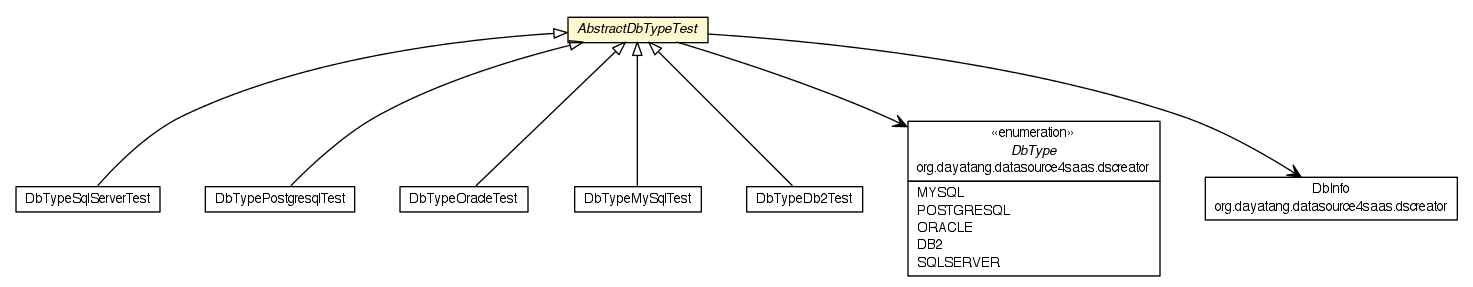
dayatang/dddlib keeps this Graphviz diagram as testapidocs/org/dayatang/datasource4saas/dbtype/AbstractDbTypeTest.png. Above is the earlier version. Its source is kept beside it as testapidocs/org/dayatang/datasource4saas/dbtype/AbstractDbTypeTest.dot. The source it was exported from:
```dot

digraph G {
	edge [fontname="Helvetica",fontsize=10,labelfontname="Helvetica",labelfontsize=10];
	node [fontname="Helvetica",fontsize=10,shape=plaintext];
	nodesep=0.25;
	ranksep=0.5;
	c12529 [label=<<table title="org.dayatang.datasource4saas.dbtype.DbTypeSqlServerTest" border="0" cellborder="1" cellspacing="0" cellpadding="2" port="p" href="./DbTypeSqlServerTest.html">
		<tr><td><table border="0" cellspacing="0" cellpadding="1">
<tr><td align="center" balign="center"> DbTypeSqlServerTest </td></tr>
		</table></td></tr>
		</table>>, URL="./DbTypeSqlServerTest.html", fontname="Helvetica", fontcolor="black", fontsize=10.0];
	c12530 [label=<<table title="org.dayatang.datasource4saas.dbtype.DbTypePostgresqlTest" border="0" cellborder="1" cellspacing="0" cellpadding="2" port="p" href="./DbTypePostgresqlTest.html">
		<tr><td><table border="0" cellspacing="0" cellpadding="1">
<tr><td align="center" balign="center"> DbTypePostgresqlTest </td></tr>
		</table></td></tr>
		</table>>, URL="./DbTypePostgresqlTest.html", fontname="Helvetica", fontcolor="black", fontsize=10.0];
	c12531 [label=<<table title="org.dayatang.datasource4saas.dbtype.DbTypeOracleTest" border="0" cellborder="1" cellspacing="0" cellpadding="2" port="p" href="./DbTypeOracleTest.html">
		<tr><td><table border="0" cellspacing="0" cellpadding="1">
<tr><td align="center" balign="center"> DbTypeOracleTest </td></tr>
		</table></td></tr>
		</table>>, URL="./DbTypeOracleTest.html", fontname="Helvetica", fontcolor="black", fontsize=10.0];
	c12532 [label=<<table title="org.dayatang.datasource4saas.dbtype.DbTypeMySqlTest" border="0" cellborder="1" cellspacing="0" cellpadding="2" port="p" href="./DbTypeMySqlTest.html">
		<tr><td><table border="0" cellspacing="0" cellpadding="1">
<tr><td align="center" balign="center"> DbTypeMySqlTest </td></tr>
		</table></td></tr>
		</table>>, URL="./DbTypeMySqlTest.html", fontname="Helvetica", fontcolor="black", fontsize=10.0];
	c12533 [label=<<table title="org.dayatang.datasource4saas.dbtype.DbTypeDb2Test" border="0" cellborder="1" cellspacing="0" cellpadding="2" port="p" href="./DbTypeDb2Test.html">
		<tr><td><table border="0" cellspacing="0" cellpadding="1">
<tr><td align="center" balign="center"> DbTypeDb2Test </td></tr>
		</table></td></tr>
		</table>>, URL="./DbTypeDb2Test.html", fontname="Helvetica", fontcolor="black", fontsize=10.0];
	c12534 [label=<<table title="org.dayatang.datasource4saas.dbtype.AbstractDbTypeTest" border="0" cellborder="1" cellspacing="0" cellpadding="2" port="p" bgcolor="lemonChiffon" href="./AbstractDbTypeTest.html">
		<tr><td><table border="0" cellspacing="0" cellpadding="1">
<tr><td align="center" balign="center"><font face="Helvetica-Oblique"> AbstractDbTypeTest </font></td></tr>
		</table></td></tr>
		</table>>, URL="./AbstractDbTypeTest.html", fontname="Helvetica", fontcolor="black", fontsize=10.0];
	c12534:p -> c12529:p [dir=back,arrowtail=empty];
	c12534:p -> c12530:p [dir=back,arrowtail=empty];
	c12534:p -> c12531:p [dir=back,arrowtail=empty];
	c12534:p -> c12532:p [dir=back,arrowtail=empty];
	c12534:p -> c12533:p [dir=back,arrowtail=empty];
	c12534:p -> c12561:p [taillabel="", label=" "headlabel="", fontname="Helvetica", fontcolor="black", fontsize=10.0, color="black", arrowhead=open];
	c12534:p -> c12562:p [taillabel="", label=" "headlabel="", fontname="Helvetica", fontcolor="black", fontsize=10.0, color="black", arrowhead=open];
	c12562 [label=<<table title="org.dayatang.datasource4saas.dscreator.DbInfo" border="0" cellborder="1" cellspacing="0" cellpadding="2" port="p" href="http://java.sun.com/j2se/1.4.2/docs/api/org/dayatang/datasource4saas/dscreator/DbInfo.html">
		<tr><td><table border="0" cellspacing="0" cellpadding="1">
<tr><td align="center" balign="center"> DbInfo </td></tr>
<tr><td align="center" balign="center"> org.dayatang.datasource4saas.dscreator </td></tr>
		</table></td></tr>
		</table>>, URL="http://java.sun.com/j2se/1.4.2/docs/api/org/dayatang/datasource4saas/dscreator/DbInfo.html", fontname="Helvetica", fontcolor="black", fontsize=10.0];
	c12561 [label=<<table title="org.dayatang.datasource4saas.dscreator.DbType" border="0" cellborder="1" cellspacing="0" cellpadding="2" port="p" href="http://java.sun.com/j2se/1.4.2/docs/api/org/dayatang/datasource4saas/dscreator/DbType.html">
		<tr><td><table border="0" cellspacing="0" cellpadding="1">
<tr><td align="center" balign="center"> &#171;enumeration&#187; </td></tr>
<tr><td align="center" balign="center"><font face="Helvetica-Oblique"> DbType </font></td></tr>
<tr><td align="center" balign="center"> org.dayatang.datasource4saas.dscreator </td></tr>
		</table></td></tr>
		<tr><td><table border="0" cellspacing="0" cellpadding="1">
<tr><td align="left" balign="left"> MYSQL </td></tr>
<tr><td align="left" balign="left"> POSTGRESQL </td></tr>
<tr><td align="left" balign="left"> ORACLE </td></tr>
<tr><td align="left" balign="left"> DB2 </td></tr>
<tr><td align="left" balign="left"> SQLSERVER </td></tr>
		</table></td></tr>
		</table>>, URL="http://java.sun.com/j2se/1.4.2/docs/api/org/dayatang/datasource4saas/dscreator/DbType.html", fontname="Helvetica", fontcolor="black", fontsize=10.0];
}
```
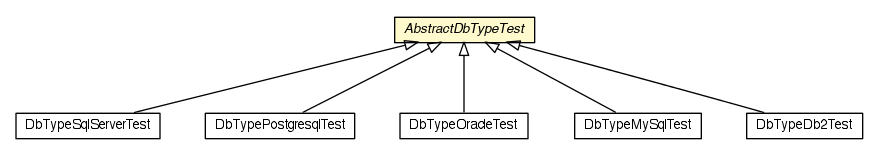
After the change.

Diff of the diagram source:
```diff
@@ -4,61 +4,39 @@
 	node [fontname="Helvetica",fontsize=10,shape=plaintext];
 	nodesep=0.25;
 	ranksep=0.5;
-	c12529 [label=<<table title="org.dayatang.datasource4saas.dbtype.DbTypeSqlServerTest" border="0" cellborder="1" cellspacing="0" cellpadding="2" port="p" href="./DbTypeSqlServerTest.html">
+	c12338 [label=<<table title="org.dayatang.datasource4saas.dbtype.DbTypeSqlServerTest" border="0" cellborder="1" cellspacing="0" cellpadding="2" port="p" href="./DbTypeSqlServerTest.html">
 		<tr><td><table border="0" cellspacing="0" cellpadding="1">
 <tr><td align="center" balign="center"> DbTypeSqlServerTest </td></tr>
 		</table></td></tr>
 		</table>>, URL="./DbTypeSqlServerTest.html", fontname="Helvetica", fontcolor="black", fontsize=10.0];
-	c12530 [label=<<table title="org.dayatang.datasource4saas.dbtype.DbTypePostgresqlTest" border="0" cellborder="1" cellspacing="0" cellpadding="2" port="p" href="./DbTypePostgresqlTest.html">
+	c12339 [label=<<table title="org.dayatang.datasource4saas.dbtype.DbTypePostgresqlTest" border="0" cellborder="1" cellspacing="0" cellpadding="2" port="p" href="./DbTypePostgresqlTest.html">
 		<tr><td><table border="0" cellspacing="0" cellpadding="1">
 <tr><td align="center" balign="center"> DbTypePostgresqlTest </td></tr>
 		</table></td></tr>
 		</table>>, URL="./DbTypePostgresqlTest.html", fontname="Helvetica", fontcolor="black", fontsize=10.0];
-	c12531 [label=<<table title="org.dayatang.datasource4saas.dbtype.DbTypeOracleTest" border="0" cellborder="1" cellspacing="0" cellpadding="2" port="p" href="./DbTypeOracleTest.html">
+	c12340 [label=<<table title="org.dayatang.datasource4saas.dbtype.DbTypeOracleTest" border="0" cellborder="1" cellspacing="0" cellpadding="2" port="p" href="./DbTypeOracleTest.html">
 		<tr><td><table border="0" cellspacing="0" cellpadding="1">
 <tr><td align="center" balign="center"> DbTypeOracleTest </td></tr>
 		</table></td></tr>
 		</table>>, URL="./DbTypeOracleTest.html", fontname="Helvetica", fontcolor="black", fontsize=10.0];
-	c12532 [label=<<table title="org.dayatang.datasource4saas.dbtype.DbTypeMySqlTest" border="0" cellborder="1" cellspacing="0" cellpadding="2" port="p" href="./DbTypeMySqlTest.html">
+	c12341 [label=<<table title="org.dayatang.datasource4saas.dbtype.DbTypeMySqlTest" border="0" cellborder="1" cellspacing="0" cellpadding="2" port="p" href="./DbTypeMySqlTest.html">
 		<tr><td><table border="0" cellspacing="0" cellpadding="1">
 <tr><td align="center" balign="center"> DbTypeMySqlTest </td></tr>
 		</table></td></tr>
 		</table>>, URL="./DbTypeMySqlTest.html", fontname="Helvetica", fontcolor="black", fontsize=10.0];
-	c12533 [label=<<table title="org.dayatang.datasource4saas.dbtype.DbTypeDb2Test" border="0" cellborder="1" cellspacing="0" cellpadding="2" port="p" href="./DbTypeDb2Test.html">
+	c12342 [label=<<table title="org.dayatang.datasource4saas.dbtype.DbTypeDb2Test" border="0" cellborder="1" cellspacing="0" cellpadding="2" port="p" href="./DbTypeDb2Test.html">
 		<tr><td><table border="0" cellspacing="0" cellpadding="1">
 <tr><td align="center" balign="center"> DbTypeDb2Test </td></tr>
 		</table></td></tr>
 		</table>>, URL="./DbTypeDb2Test.html", fontname="Helvetica", fontcolor="black", fontsize=10.0];
-	c12534 [label=<<table title="org.dayatang.datasource4saas.dbtype.AbstractDbTypeTest" border="0" cellborder="1" cellspacing="0" cellpadding="2" port="p" bgcolor="lemonChiffon" href="./AbstractDbTypeTest.html">
+	c12343 [label=<<table title="org.dayatang.datasource4saas.dbtype.AbstractDbTypeTest" border="0" cellborder="1" cellspacing="0" cellpadding="2" port="p" bgcolor="lemonChiffon" href="./AbstractDbTypeTest.html">
 		<tr><td><table border="0" cellspacing="0" cellpadding="1">
 <tr><td align="center" balign="center"><font face="Helvetica-Oblique"> AbstractDbTypeTest </font></td></tr>
 		</table></td></tr>
 		</table>>, URL="./AbstractDbTypeTest.html", fontname="Helvetica", fontcolor="black", fontsize=10.0];
-	c12534:p -> c12529:p [dir=back,arrowtail=empty];
-	c12534:p -> c12530:p [dir=back,arrowtail=empty];
-	c12534:p -> c12531:p [dir=back,arrowtail=empty];
-	c12534:p -> c12532:p [dir=back,arrowtail=empty];
-	c12534:p -> c12533:p [dir=back,arrowtail=empty];
-	c12534:p -> c12561:p [taillabel="", label=" "headlabel="", fontname="Helvetica", fontcolor="black", fontsize=10.0, color="black", arrowhead=open];
-	c12534:p -> c12562:p [taillabel="", label=" "headlabel="", fontname="Helvetica", fontcolor="black", fontsize=10.0, color="black", arrowhead=open];
-	c12562 [label=<<table title="org.dayatang.datasource4saas.dscreator.DbInfo" border="0" cellborder="1" cellspacing="0" cellpadding="2" port="p" href="http://java.sun.com/j2se/1.4.2/docs/api/org/dayatang/datasource4saas/dscreator/DbInfo.html">
-		<tr><td><table border="0" cellspacing="0" cellpadding="1">
-<tr><td align="center" balign="center"> DbInfo </td></tr>
-<tr><td align="center" balign="center"> org.dayatang.datasource4saas.dscreator </td></tr>
-		</table></td></tr>
-		</table>>, URL="http://java.sun.com/j2se/1.4.2/docs/api/org/dayatang/datasource4saas/dscreator/DbInfo.html", fontname="Helvetica", fontcolor="black", fontsize=10.0];
-	c12561 [label=<<table title="org.dayatang.datasource4saas.dscreator.DbType" border="0" cellborder="1" cellspacing="0" cellpadding="2" port="p" href="http://java.sun.com/j2se/1.4.2/docs/api/org/dayatang/datasource4saas/dscreator/DbType.html">
-		<tr><td><table border="0" cellspacing="0" cellpadding="1">
-<tr><td align="center" balign="center"> &#171;enumeration&#187; </td></tr>
-<tr><td align="center" balign="center"><font face="Helvetica-Oblique"> DbType </font></td></tr>
-<tr><td align="center" balign="center"> org.dayatang.datasource4saas.dscreator </td></tr>
-		</table></td></tr>
-		<tr><td><table border="0" cellspacing="0" cellpadding="1">
-<tr><td align="left" balign="left"> MYSQL </td></tr>
-<tr><td align="left" balign="left"> POSTGRESQL </td></tr>
-<tr><td align="left" balign="left"> ORACLE </td></tr>
-<tr><td align="left" balign="left"> DB2 </td></tr>
-<tr><td align="left" balign="left"> SQLSERVER </td></tr>
-		</table></td></tr>
-		</table>>, URL="http://java.sun.com/j2se/1.4.2/docs/api/org/dayatang/datasource4saas/dscreator/DbType.html", fontname="Helvetica", fontcolor="black", fontsize=10.0];
+	c12343:p -> c12338:p [dir=back,arrowtail=empty];
+	c12343:p -> c12339:p [dir=back,arrowtail=empty];
+	c12343:p -> c12340:p [dir=back,arrowtail=empty];
+	c12343:p -> c12341:p [dir=back,arrowtail=empty];
+	c12343:p -> c12342:p [dir=back,arrowtail=empty];
 }
```
